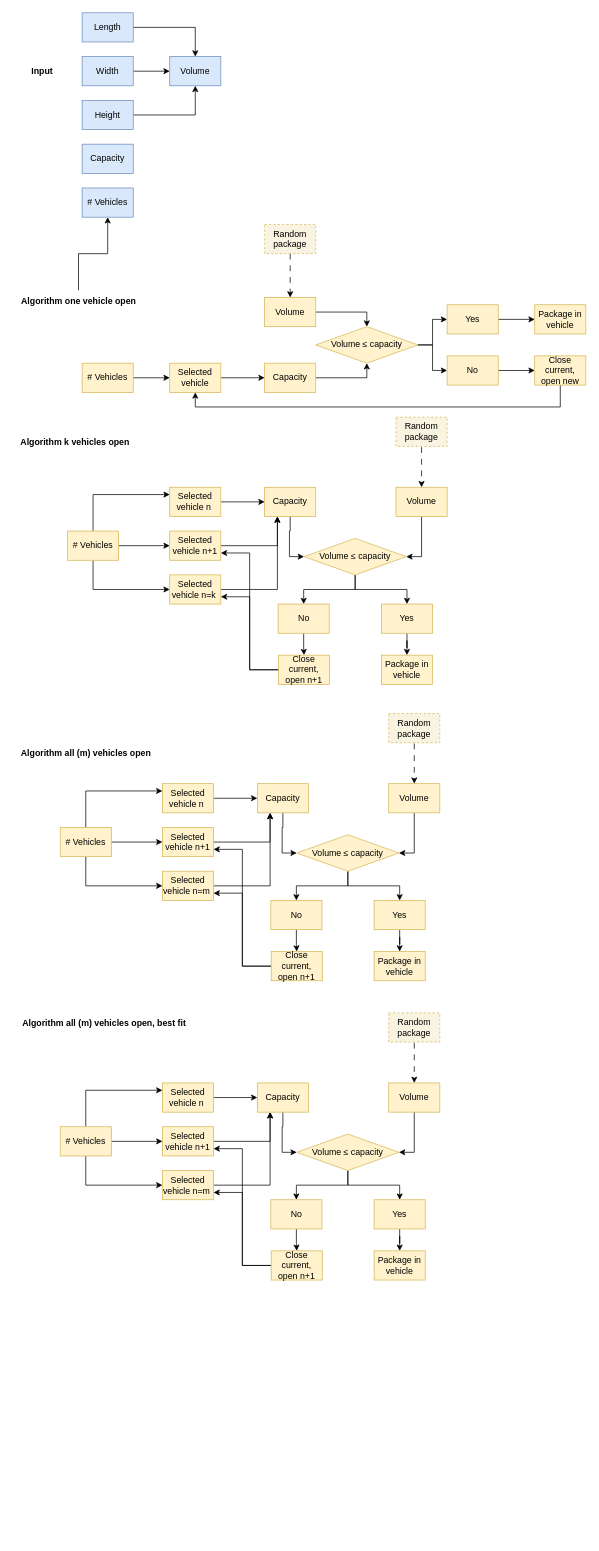
Earlier version of the draw.io diagram Pseudo-code-blocks.drawio (ftamsma/Group33_TIL). Source tidied: cells renumbered, new cells numbered last; positions are measured from the earlier drawing's top-left corner, leaving out a move shared by most shapes. Both pictures are drawn from the tidied source at 73%, with x=0, y=0 at pixel (12, 12).
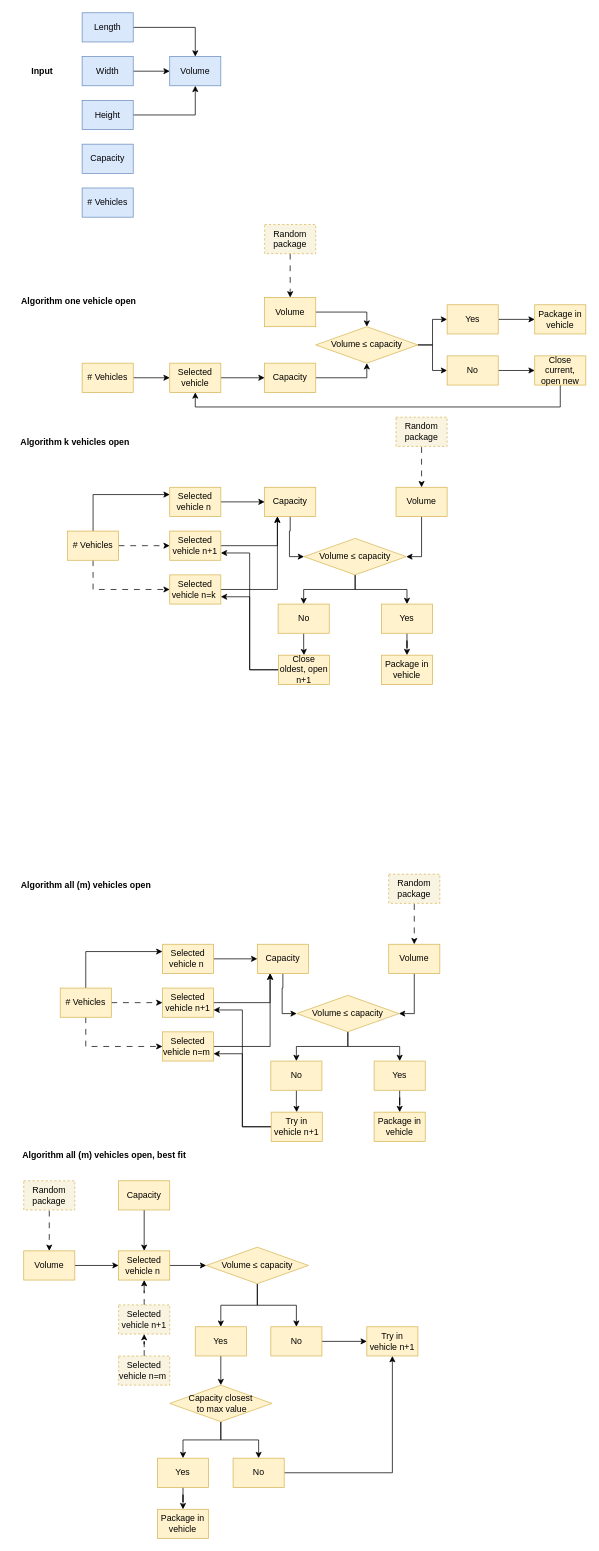
After the change.

Unchanged cells that the change refers to:
```xml
<mxCell id="12" value="&lt;b&gt;Algorithm one vehicle open&lt;/b&gt;" style="text;html=1;align=center;verticalAlign=middle;points=[];strokeColor=none;fillColor=none;" parent="1" vertex="1">
  <mxGeometry y="380" width="180" height="30" as="geometry" />
</mxCell>
<mxCell id="15" value="# Vehicles" style="rounded=0;whiteSpace=wrap;html=1;fillColor=#dae8fc;strokeColor=#6c8ebf;" parent="1" vertex="1">
  <mxGeometry x="95" y="240" width="70" height="40" as="geometry" />
</mxCell>
<mxCell id="37" value="# Vehicles" style="rounded=0;whiteSpace=wrap;html=1;fillColor=#fff2cc;strokeColor=#d6b656;" parent="1" vertex="1">
  <mxGeometry x="75" y="710" width="70" height="40" as="geometry" />
</mxCell>
<mxCell id="43" value="Selected vehicle n=k&amp;nbsp;" style="rounded=0;whiteSpace=wrap;html=1;fillColor=#fff2cc;strokeColor=#d6b656;" parent="1" vertex="1">
  <mxGeometry x="215" y="770" width="70" height="40" as="geometry" />
</mxCell>
<mxCell id="61" value="Selected vehicle n+1" style="rounded=0;whiteSpace=wrap;html=1;fillColor=#fff2cc;strokeColor=#d6b656;" parent="1" vertex="1">
  <mxGeometry x="215" y="710" width="70" height="40" as="geometry" />
</mxCell>
```

What changed in the source:
```diff
@@
-    <mxCell id="11" style="edgeStyle=orthogonalEdgeStyle;rounded=0;jettySize=auto;html=1;" parent="1" edge="1" source="12" target="15">
-      <mxGeometry relative="1" as="geometry" />
-    </mxCell>
@@
-    <mxCell id="34" style="edgeStyle=orthogonalEdgeStyle;rounded=0;jettySize=auto;html=1;" parent="1" edge="1" source="37" target="43">
+    <mxCell id="34" style="edgeStyle=orthogonalEdgeStyle;rounded=0;jettySize=auto;html=1;dashed=1;dashPattern=8 8;" parent="1" edge="1" source="37" target="43">
       <mxGeometry relative="1" as="geometry">
         <Array as="points">
           <mxPoint x="110" y="790" />
         </Array>
       </mxGeometry>
     </mxCell>
@@
-    <mxCell id="36" style="edgeStyle=orthogonalEdgeStyle;rounded=0;jettySize=auto;html=1;" parent="1" edge="1" source="37" target="61">
+    <mxCell id="36" style="edgeStyle=orthogonalEdgeStyle;rounded=0;jettySize=auto;html=1;dashed=1;dashPattern=8 8;" parent="1" edge="1" source="37" target="61">
       <mxGeometry relative="1" as="geometry" />
     </mxCell>
@@
-    <mxCell id="55" value="Close current, open n+1" style="rounded=0;whiteSpace=wrap;html=1;fillColor=#fff2cc;strokeColor=#d6b656;" parent="1" vertex="1">
+    <mxCell id="55" value="Close oldest, open n+1" style="rounded=0;whiteSpace=wrap;html=1;fillColor=#fff2cc;strokeColor=#d6b656;" parent="1" vertex="1">
       <mxGeometry x="364" y="880" width="70" height="40" as="geometry" />
     </mxCell>
@@
-    <mxCell id="62" style="edgeStyle=orthogonalEdgeStyle;rounded=0;jettySize=auto;html=1;" parent="1" edge="1" source="65" target="71">
+    <mxCell id="62" style="edgeStyle=orthogonalEdgeStyle;rounded=0;jettySize=auto;html=1;dashed=1;dashPattern=8 8;" parent="1" edge="1" source="65" target="71">
       <mxGeometry relative="1" as="geometry">
         <Array as="points">
-          <mxPoint x="100" y="1196" />
+          <mxPoint x="100" y="1416" />
         </Array>
       </mxGeometry>
     </mxCell>
     <mxCell id="63" style="edgeStyle=orthogonalEdgeStyle;rounded=0;jettySize=auto;html=1;entryX=0;entryY=0.25;entryDx=0;entryDy=0;" parent="1" edge="1" source="65" target="86">
       <mxGeometry relative="1" as="geometry">
         <Array as="points">
-          <mxPoint x="100" y="1066" />
+          <mxPoint x="100" y="1286" />
         </Array>
       </mxGeometry>
     </mxCell>
-    <mxCell id="64" style="edgeStyle=orthogonalEdgeStyle;rounded=0;jettySize=auto;html=1;" parent="1" edge="1" source="65" target="88">
+    <mxCell id="64" style="edgeStyle=orthogonalEdgeStyle;rounded=0;jettySize=auto;html=1;dashed=1;dashPattern=8 8;" parent="1" edge="1" source="65" target="88">
       <mxGeometry relative="1" as="geometry" />
     </mxCell>
     <mxCell id="65" value="# Vehicles" style="rounded=0;whiteSpace=wrap;html=1;fillColor=#fff2cc;strokeColor=#d6b656;" parent="1" vertex="1">
-      <mxGeometry x="65" y="1116" width="70" height="40" as="geometry" />
+      <mxGeometry x="65" y="1336" width="70" height="40" as="geometry" />
     </mxCell>
@@
     <mxCell id="67" value="Volume" style="rounded=0;whiteSpace=wrap;html=1;fillColor=#fff2cc;strokeColor=#d6b656;" parent="1" vertex="1">
-      <mxGeometry x="515" y="1056" width="70" height="40" as="geometry" />
+      <mxGeometry x="515" y="1276" width="70" height="40" as="geometry" />
     </mxCell>
@@
     <mxCell id="69" value="Capacity" style="rounded=0;whiteSpace=wrap;html=1;fillColor=#fff2cc;strokeColor=#d6b656;" parent="1" vertex="1">
-      <mxGeometry x="335" y="1056" width="70" height="40" as="geometry" />
+      <mxGeometry x="335" y="1276" width="70" height="40" as="geometry" />
     </mxCell>
@@
     <mxCell id="71" value="Selected vehicle n=m&amp;nbsp;" style="rounded=0;whiteSpace=wrap;html=1;fillColor=#fff2cc;strokeColor=#d6b656;" parent="1" vertex="1">
-      <mxGeometry x="205" y="1176" width="70" height="40" as="geometry" />
+      <mxGeometry x="205" y="1396" width="70" height="40" as="geometry" />
     </mxCell>
     <mxCell id="72" style="endArrow=classic;html=1;rounded=0;entryX=0.5;entryY=0;entryDx=0;entryDy=0;dashed=1;dashPattern=8 8;" parent="1" edge="1" target="67">
       <mxGeometry relative="1" as="geometry">
-        <mxPoint x="550" y="1001" as="sourcePoint" />
+        <mxPoint x="550" y="1221" as="sourcePoint" />
       </mxGeometry>
     </mxCell>
     <mxCell id="73" value="Random package" style="rounded=0;whiteSpace=wrap;html=1;fillColor=#f9f3e1;strokeColor=#d6b656;dashed=1;" parent="1" vertex="1">
-      <mxGeometry x="515" y="960" width="70" height="40" as="geometry" />
+      <mxGeometry x="515" y="1180" width="70" height="40" as="geometry" />
     </mxCell>
@@
     <mxCell id="76" value="Volume ≤ capacity" style="rhombus;whiteSpace=wrap;html=1;fillColor=#fff2cc;strokeColor=#d6b656;" parent="1" vertex="1">
-      <mxGeometry x="389" y="1126" width="140" height="50" as="geometry" />
+      <mxGeometry x="389" y="1346" width="140" height="50" as="geometry" />
     </mxCell>
@@
     <mxCell id="78" value="No" style="rounded=0;whiteSpace=wrap;html=1;fillColor=#fff2cc;strokeColor=#d6b656;" parent="1" vertex="1">
-      <mxGeometry x="353.5" y="1216" width="70" height="40" as="geometry" />
+      <mxGeometry x="353.5" y="1436" width="70" height="40" as="geometry" />
     </mxCell>
@@
     <mxCell id="80" value="Yes" style="rounded=0;whiteSpace=wrap;html=1;fillColor=#fff2cc;strokeColor=#d6b656;" parent="1" vertex="1">
-      <mxGeometry x="495" y="1216" width="70" height="40" as="geometry" />
+      <mxGeometry x="495" y="1436" width="70" height="40" as="geometry" />
     </mxCell>
@@
-    <mxCell id="83" value="Close current, open n+1" style="rounded=0;whiteSpace=wrap;html=1;fillColor=#fff2cc;strokeColor=#d6b656;" parent="1" vertex="1">
-      <mxGeometry x="354" y="1286" width="70" height="40" as="geometry" />
+    <mxCell id="83" value="Try in vehicle n+1" style="rounded=0;whiteSpace=wrap;html=1;fillColor=#fff2cc;strokeColor=#d6b656;" parent="1" vertex="1">
+      <mxGeometry x="354" y="1506" width="70" height="40" as="geometry" />
     </mxCell>
     <mxCell id="84" value="Package in vehicle" style="rounded=0;whiteSpace=wrap;html=1;fillColor=#fff2cc;strokeColor=#d6b656;" parent="1" vertex="1">
-      <mxGeometry x="495" y="1286" width="70" height="40" as="geometry" />
+      <mxGeometry x="495" y="1506" width="70" height="40" as="geometry" />
     </mxCell>
@@
     <mxCell id="86" value="Selected vehicle n&amp;nbsp;" style="rounded=0;whiteSpace=wrap;html=1;fillColor=#fff2cc;strokeColor=#d6b656;" parent="1" vertex="1">
-      <mxGeometry x="205" y="1056" width="70" height="40" as="geometry" />
+      <mxGeometry x="205" y="1276" width="70" height="40" as="geometry" />
     </mxCell>
@@
     <mxCell id="88" value="Selected vehicle n+1" style="rounded=0;whiteSpace=wrap;html=1;fillColor=#fff2cc;strokeColor=#d6b656;" parent="1" vertex="1">
-      <mxGeometry x="205" y="1116" width="70" height="40" as="geometry" />
+      <mxGeometry x="205" y="1336" width="70" height="40" as="geometry" />
     </mxCell>
     <mxCell id="89" value="&lt;b&gt;Algorithm all (m) vehicles open&lt;/b&gt;" style="text;html=1;align=center;verticalAlign=middle;strokeColor=none;fillColor=none;" parent="1" vertex="1">
-      <mxGeometry y="1000" width="200" height="30" as="geometry" />
+      <mxGeometry y="1180" width="200" height="30" as="geometry" />
     </mxCell>
-    <mxCell id="90" style="edgeStyle=orthogonalEdgeStyle;rounded=0;jettySize=auto;html=1;" parent="1" edge="1" source="93" target="99">
-      <mxGeometry relative="1" as="geometry">
-        <Array as="points">
-          <mxPoint x="100" y="1606" />
-        </Array>
-      </mxGeometry>
-    </mxCell>
-    <mxCell id="91" style="edgeStyle=orthogonalEdgeStyle;rounded=0;jettySize=auto;html=1;entryX=0;entryY=0.25;entryDx=0;entryDy=0;" parent="1" edge="1" source="93" target="114">
-      <mxGeometry relative="1" as="geometry">
-        <Array as="points">
-          <mxPoint x="100" y="1476" />
-        </Array>
-      </mxGeometry>
-    </mxCell>
-    <mxCell id="92" style="edgeStyle=orthogonalEdgeStyle;rounded=0;jettySize=auto;html=1;" parent="1" edge="1" source="93" target="116">
-      <mxGeometry relative="1" as="geometry" />
-    </mxCell>
-    <mxCell id="93" value="# Vehicles" style="rounded=0;whiteSpace=wrap;html=1;fillColor=#fff2cc;strokeColor=#d6b656;" parent="1" vertex="1">
-      <mxGeometry x="65" y="1526" width="70" height="40" as="geometry" />
-    </mxCell>
-    <mxCell id="94" style="edgeStyle=orthogonalEdgeStyle;rounded=0;jettySize=auto;html=1;entryX=1;entryY=0.5;entryDx=0;entryDy=0;" parent="1" edge="1" source="95" target="104">
-      <mxGeometry relative="1" as="geometry" />
-    </mxCell>
+    <mxCell id="118" style="edgeStyle=orthogonalEdgeStyle;rounded=0;jettySize=auto;html=1;" parent="1" edge="1" source="95" target="114">
+      <mxGeometry relative="1" as="geometry" />
+    </mxCell>
     <mxCell id="95" value="Volume" style="rounded=0;whiteSpace=wrap;html=1;fillColor=#fff2cc;strokeColor=#d6b656;" parent="1" vertex="1">
-      <mxGeometry x="515" y="1466" width="70" height="40" as="geometry" />
+      <mxGeometry x="15" y="1696" width="70" height="40" as="geometry" />
     </mxCell>
-    <mxCell id="96" style="edgeStyle=orthogonalEdgeStyle;rounded=0;jettySize=auto;html=1;entryX=0;entryY=0.5;entryDx=0;entryDy=0;" parent="1" edge="1" source="97" target="104">
-      <mxGeometry relative="1" as="geometry" />
-    </mxCell>
+    <mxCell id="119" style="edgeStyle=orthogonalEdgeStyle;rounded=0;jettySize=auto;html=1;" parent="1" edge="1" source="97" target="114">
+      <mxGeometry relative="1" as="geometry" />
+    </mxCell>
     <mxCell id="97" value="Capacity" style="rounded=0;whiteSpace=wrap;html=1;fillColor=#fff2cc;strokeColor=#d6b656;" parent="1" vertex="1">
-      <mxGeometry x="335" y="1466" width="70" height="40" as="geometry" />
+      <mxGeometry x="145" y="1600" width="70" height="40" as="geometry" />
     </mxCell>
-    <mxCell id="98" style="edgeStyle=orthogonalEdgeStyle;rounded=0;jettySize=auto;html=1;entryX=0.25;entryY=1;entryDx=0;entryDy=0;" parent="1" edge="1" source="99" target="97">
-      <mxGeometry relative="1" as="geometry" />
-    </mxCell>
-    <mxCell id="99" value="Selected vehicle n=m&amp;nbsp;" style="rounded=0;whiteSpace=wrap;html=1;fillColor=#fff2cc;strokeColor=#d6b656;" parent="1" vertex="1">
-      <mxGeometry x="205" y="1586" width="70" height="40" as="geometry" />
-    </mxCell>
     <mxCell id="100" style="endArrow=classic;html=1;rounded=0;entryX=0.5;entryY=0;entryDx=0;entryDy=0;dashed=1;dashPattern=8 8;" parent="1" edge="1" target="95">
       <mxGeometry relative="1" as="geometry">
-        <mxPoint x="550" y="1411" as="sourcePoint" />
+        <mxPoint x="50" y="1641" as="sourcePoint" />
       </mxGeometry>
     </mxCell>
     <mxCell id="101" value="Random package" style="rounded=0;whiteSpace=wrap;html=1;fillColor=#f9f3e1;strokeColor=#d6b656;dashed=1;" parent="1" vertex="1">
-      <mxGeometry x="515" y="1370" width="70" height="40" as="geometry" />
+      <mxGeometry x="15" y="1600" width="70" height="40" as="geometry" />
     </mxCell>
+    <mxCell id="103" style="edgeStyle=orthogonalEdgeStyle;rounded=0;jettySize=auto;html=1;" parent="1" edge="1" source="104" target="108">
+      <mxGeometry relative="1" as="geometry" />
+    </mxCell>
@@
-    <mxCell id="103" style="edgeStyle=orthogonalEdgeStyle;rounded=0;jettySize=auto;html=1;entryX=0.5;entryY=0;entryDx=0;entryDy=0;" parent="1" edge="1" source="104" target="108">
-      <mxGeometry relative="1" as="geometry" />
-    </mxCell>
     <mxCell id="104" value="Volume ≤ capacity" style="rhombus;whiteSpace=wrap;html=1;fillColor=#fff2cc;strokeColor=#d6b656;" parent="1" vertex="1">
-      <mxGeometry x="389" y="1536" width="140" height="50" as="geometry" />
+      <mxGeometry x="265" y="1691" width="140" height="50" as="geometry" />
     </mxCell>
@@
     <mxCell id="106" value="No" style="rounded=0;whiteSpace=wrap;html=1;fillColor=#fff2cc;strokeColor=#d6b656;" parent="1" vertex="1">
-      <mxGeometry x="353.5" y="1626" width="70" height="40" as="geometry" />
+      <mxGeometry x="353.5" y="1800" width="70" height="40" as="geometry" />
     </mxCell>
-    <mxCell id="107" style="edgeStyle=orthogonalEdgeStyle;rounded=0;jettySize=auto;html=1;" parent="1" edge="1" source="108" target="112">
-      <mxGeometry relative="1" as="geometry" />
-    </mxCell>
+    <mxCell id="120" style="edgeStyle=orthogonalEdgeStyle;rounded=0;jettySize=auto;html=1;" parent="1" edge="1" source="108" target="124">
+      <mxGeometry relative="1" as="geometry" />
+    </mxCell>
     <mxCell id="108" value="Yes" style="rounded=0;whiteSpace=wrap;html=1;fillColor=#fff2cc;strokeColor=#d6b656;" parent="1" vertex="1">
-      <mxGeometry x="495" y="1626" width="70" height="40" as="geometry" />
+      <mxGeometry x="250" y="1800" width="70" height="40" as="geometry" />
     </mxCell>
-    <mxCell id="109" style="edgeStyle=orthogonalEdgeStyle;rounded=0;jettySize=auto;html=1;entryX=1;entryY=0.75;entryDx=0;entryDy=0;" parent="1" edge="1" source="111" target="116">
-      <mxGeometry relative="1" as="geometry" />
-    </mxCell>
-    <mxCell id="110" style="edgeStyle=orthogonalEdgeStyle;rounded=0;jettySize=auto;html=1;entryX=1;entryY=0.75;entryDx=0;entryDy=0;" parent="1" edge="1" source="111" target="99">
-      <mxGeometry relative="1" as="geometry" />
-    </mxCell>
-    <mxCell id="111" value="Close current, open n+1" style="rounded=0;whiteSpace=wrap;html=1;fillColor=#fff2cc;strokeColor=#d6b656;" parent="1" vertex="1">
-      <mxGeometry x="354" y="1696" width="70" height="40" as="geometry" />
+    <mxCell id="111" value="Try in vehicle n+1" style="rounded=0;whiteSpace=wrap;html=1;fillColor=#fff2cc;strokeColor=#d6b656;" parent="1" vertex="1">
+      <mxGeometry x="485" y="1800" width="70" height="40" as="geometry" />
     </mxCell>
+    <mxCell id="121" style="edgeStyle=orthogonalEdgeStyle;rounded=0;jettySize=auto;html=1;" parent="1" edge="1" source="114" target="104">
+      <mxGeometry relative="1" as="geometry" />
+    </mxCell>
+    <mxCell id="114" value="Selected vehicle n&amp;nbsp;" style="rounded=0;whiteSpace=wrap;html=1;fillColor=#fff2cc;strokeColor=#d6b656;" parent="1" vertex="1">
+      <mxGeometry x="145" y="1696" width="70" height="40" as="geometry" />
+    </mxCell>
+    <mxCell id="117" value="&lt;b&gt;Algorithm all (m) vehicles open, best fit&lt;/b&gt;" style="text;html=1;align=center;verticalAlign=middle;strokeColor=none;fillColor=none;" parent="1" vertex="1">
+      <mxGeometry y="1550" width="250" height="30" as="geometry" />
+    </mxCell>
+    <mxCell id="122" style="edgeStyle=orthogonalEdgeStyle;rounded=0;jettySize=auto;html=1;entryX=0.5;entryY=0;entryDx=0;entryDy=0;" parent="1" edge="1" source="124" target="130">
+      <mxGeometry relative="1" as="geometry" />
+    </mxCell>
+    <mxCell id="123" style="edgeStyle=orthogonalEdgeStyle;rounded=0;jettySize=auto;html=1;" parent="1" edge="1" source="124" target="128">
+      <mxGeometry relative="1" as="geometry" />
+    </mxCell>
+    <mxCell id="124" value="Capacity closest&lt;br&gt;&amp;nbsp;to max value" style="rhombus;whiteSpace=wrap;html=1;fillColor=#fff2cc;strokeColor=#d6b656;" parent="1" vertex="1">
+      <mxGeometry x="215" y="1880" width="140" height="50" as="geometry" />
+    </mxCell>
+    <mxCell id="125" style="edgeStyle=orthogonalEdgeStyle;rounded=0;jettySize=auto;html=1;dashed=1;dashPattern=8 8;" parent="1" edge="1" source="116" target="114">
+      <mxGeometry relative="1" as="geometry" />
+    </mxCell>
+    <mxCell id="116" value="Selected vehicle n+1" style="rounded=0;whiteSpace=wrap;html=1;fillColor=#f9f3e1;strokeColor=#d6b656;dashed=1;" parent="1" vertex="1">
+      <mxGeometry x="145" y="1770" width="70" height="40" as="geometry" />
+    </mxCell>
+    <mxCell id="126" style="edgeStyle=orthogonalEdgeStyle;rounded=0;jettySize=auto;html=1;dashed=1;dashPattern=8 8;" parent="1" edge="1" source="99" target="116">
+      <mxGeometry relative="1" as="geometry" />
+    </mxCell>
+    <mxCell id="99" value="Selected vehicle n=m&amp;nbsp;" style="rounded=0;whiteSpace=wrap;html=1;fillColor=#f9f3e1;strokeColor=#d6b656;dashed=1;" parent="1" vertex="1">
+      <mxGeometry x="145" y="1840" width="70" height="40" as="geometry" />
+    </mxCell>
+    <mxCell id="127" style="edgeStyle=orthogonalEdgeStyle;rounded=0;jettySize=auto;html=1;entryX=0.5;entryY=1;entryDx=0;entryDy=0;" parent="1" edge="1" source="128" target="111">
+      <mxGeometry relative="1" as="geometry" />
+    </mxCell>
+    <mxCell id="128" value="No" style="rounded=0;whiteSpace=wrap;html=1;fillColor=#fff2cc;strokeColor=#d6b656;" parent="1" vertex="1">
+      <mxGeometry x="301.8" y="1980" width="70" height="40" as="geometry" />
+    </mxCell>
+    <mxCell id="129" style="edgeStyle=orthogonalEdgeStyle;rounded=0;jettySize=auto;html=1;" parent="1" edge="1" source="130" target="112">
+      <mxGeometry relative="1" as="geometry" />
+    </mxCell>
+    <mxCell id="130" value="Yes" style="rounded=0;whiteSpace=wrap;html=1;fillColor=#fff2cc;strokeColor=#d6b656;" parent="1" vertex="1">
+      <mxGeometry x="198.2" y="1980" width="70" height="40" as="geometry" />
+    </mxCell>
     <mxCell id="112" value="Package in vehicle" style="rounded=0;whiteSpace=wrap;html=1;fillColor=#fff2cc;strokeColor=#d6b656;" parent="1" vertex="1">
-      <mxGeometry x="495" y="1696" width="70" height="40" as="geometry" />
+      <mxGeometry x="198.2" y="2050" width="70" height="40" as="geometry" />
     </mxCell>
-    <mxCell id="113" style="edgeStyle=orthogonalEdgeStyle;rounded=0;jettySize=auto;html=1;" parent="1" edge="1" source="114" target="97">
-      <mxGeometry relative="1" as="geometry" />
-    </mxCell>
-    <mxCell id="114" value="Selected vehicle n&amp;nbsp;" style="rounded=0;whiteSpace=wrap;html=1;fillColor=#fff2cc;strokeColor=#d6b656;" parent="1" vertex="1">
-      <mxGeometry x="205" y="1466" width="70" height="40" as="geometry" />
-    </mxCell>
-    <mxCell id="115" style="edgeStyle=orthogonalEdgeStyle;rounded=0;jettySize=auto;html=1;entryX=0.25;entryY=1;entryDx=0;entryDy=0;" parent="1" edge="1" source="116" target="97">
-      <mxGeometry relative="1" as="geometry" />
-    </mxCell>
-    <mxCell id="116" value="Selected vehicle n+1" style="rounded=0;whiteSpace=wrap;html=1;fillColor=#fff2cc;strokeColor=#d6b656;" parent="1" vertex="1">
-      <mxGeometry x="205" y="1526" width="70" height="40" as="geometry" />
-    </mxCell>
-    <mxCell id="117" value="&lt;b&gt;Algorithm all (m) vehicles open, best fit&lt;/b&gt;" style="text;html=1;align=center;verticalAlign=middle;strokeColor=none;fillColor=none;" parent="1" vertex="1">
-      <mxGeometry y="1370" width="250" height="30" as="geometry" />
-    </mxCell>
```
